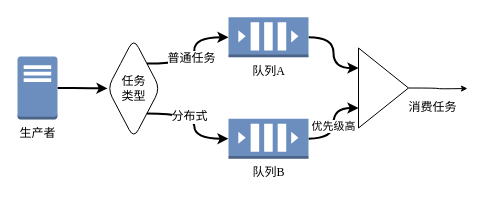
foreignbill/drawio keeps this draw.io diagram as page "第 1 页" (1 of 2) of workflow.drawio. Above is the earlier version. Source tidied: cells renumbered, new cells numbered last; positions are measured from the earlier drawing's top-left corner, leaving out a move shared by most shapes. Both pictures are drawn from the tidied source at 100%, with x=0, y=0 at pixel (17, 17).
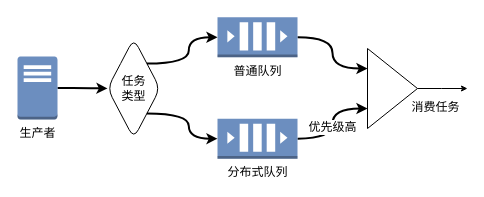
The same diagram, later.

What changed in the source:
```diff
@@
 <mxGraphModel>
   <root>
     <mxCell id="0" />
     <mxCell id="1" parent="0" />
     <mxCell id="2" style="edgeStyle=orthogonalEdgeStyle;rounded=1;jettySize=auto;html=1;exitX=1;exitY=0.5;exitDx=0;exitDy=0;exitPerimeter=0;entryX=0;entryY=0.25;entryDx=0;entryDy=0;strokeWidth=2;startSize=5;endSize=5;fillColor=#0D0D0D;curved=1;fontFamily=Times New Roman;" parent="1" edge="1" source="3" target="15">
       <mxGeometry relative="1" as="geometry" />
     </mxCell>
-    <mxCell id="3" value="队列A" style="outlineConnect=0;dashed=0;verticalLabelPosition=bottom;verticalAlign=top;align=center;html=1;shape=mxgraph.aws3.queue;fillColor=#6C8EBF;strokeColor=#6c8ebf;fontFamily=Times New Roman;" parent="1" vertex="1">
-      <mxGeometry x="211" y="-0.2" width="80" height="40" as="geometry" />
+    <mxCell id="3" value="普通队列" style="outlineConnect=0;dashed=0;verticalLabelPosition=bottom;verticalAlign=top;align=center;html=1;shape=mxgraph.aws3.queue;fillColor=#6C8EBF;strokeColor=#6c8ebf;fontFamily=Times New Roman;" parent="1" vertex="1">
+      <mxGeometry x="200" y="-0.2" width="80" height="40" as="geometry" />
     </mxCell>
     <mxCell id="4" style="edgeStyle=orthogonalEdgeStyle;rounded=1;jettySize=auto;html=1;exitX=1;exitY=0.5;exitDx=0;exitDy=0;exitPerimeter=0;entryX=0;entryY=0.75;entryDx=0;entryDy=0;strokeWidth=2;startSize=5;endSize=5;fillColor=#0D0D0D;curved=1;fontFamily=Times New Roman;" parent="1" edge="1" source="6" target="15">
       <mxGeometry relative="1" as="geometry" />
     </mxCell>
-    <mxCell id="5" value="优先级高" style="edgeLabel;html=1;align=center;verticalAlign=middle;fontFamily=Times New Roman;" parent="4" vertex="1">
+    <mxCell id="5" value="优先级高" style="edgeLabel;html=1;align=center;verticalAlign=middle;fontFamily=Times New Roman;labelBackgroundColor=default;fontSize=12;" parent="4" vertex="1">
       <mxGeometry x="-0.07" y="1" relative="1" as="geometry" />
     </mxCell>
-    <mxCell id="6" value="队列B" style="outlineConnect=0;dashed=0;verticalLabelPosition=bottom;verticalAlign=top;align=center;html=1;shape=mxgraph.aws3.queue;fillColor=#6C8EBF;strokeColor=#6c8ebf;fontFamily=Times New Roman;" parent="1" vertex="1">
-      <mxGeometry x="211" y="101.2" width="80" height="40" as="geometry" />
+    <mxCell id="6" value="分布式队列" style="outlineConnect=0;dashed=0;verticalLabelPosition=bottom;verticalAlign=top;align=center;html=1;shape=mxgraph.aws3.queue;fillColor=#6C8EBF;strokeColor=#6c8ebf;fontFamily=Times New Roman;" parent="1" vertex="1">
+      <mxGeometry x="200" y="101.2" width="80" height="40" as="geometry" />
     </mxCell>
     <mxCell id="7" style="edgeStyle=orthogonalEdgeStyle;rounded=1;jettySize=auto;html=1;exitX=1;exitY=0.5;exitDx=0;exitDy=0;exitPerimeter=0;entryX=0;entryY=0.5;entryDx=0;entryDy=0;strokeWidth=2;startSize=5;endSize=5;fillColor=#0D0D0D;fontFamily=Times New Roman;" parent="1" edge="1" source="8" target="16">
       <mxGeometry relative="1" as="geometry" />
     </mxCell>
     <mxCell id="8" value="生产者" style="outlineConnect=0;dashed=0;verticalLabelPosition=bottom;verticalAlign=top;align=center;html=1;shape=mxgraph.aws3.traditional_server;fillColor=#6C8EBF;strokeColor=#6c8ebf;direction=east;fontFamily=Times New Roman;" parent="1" vertex="1">
       <mxGeometry y="39" width="40" height="63" as="geometry" />
     </mxCell>
     <mxCell id="9" style="edgeStyle=orthogonalEdgeStyle;rounded=1;jettySize=auto;html=1;exitX=1;exitY=0;exitDx=0;exitDy=0;entryX=0;entryY=0.5;entryDx=0;entryDy=0;entryPerimeter=0;strokeWidth=2;startSize=5;endSize=5;fillColor=#0D0D0D;fontFamily=Times New Roman;curved=1;" parent="1" edge="1" source="16" target="3">
       <mxGeometry relative="1" as="geometry" />
     </mxCell>
-    <mxCell id="10" value="普通任务" style="edgeLabel;html=1;align=center;verticalAlign=middle;fontSize=12;fontFamily=Times New Roman;" parent="9" vertex="1">
-      <mxGeometry x="-0.02" y="3" relative="1" as="geometry" />
-    </mxCell>
     <mxCell id="11" style="edgeStyle=orthogonalEdgeStyle;rounded=1;jettySize=auto;html=1;entryX=0;entryY=0.5;entryDx=0;entryDy=0;entryPerimeter=0;strokeWidth=2;startSize=5;endSize=5;fillColor=#0D0D0D;exitX=1;exitY=1;exitDx=0;exitDy=0;curved=1;fontFamily=Times New Roman;" parent="1" edge="1" source="16" target="6">
       <mxGeometry relative="1" as="geometry" />
     </mxCell>
-    <mxCell id="12" value="分布式" style="edgeLabel;html=1;align=center;verticalAlign=middle;fontSize=12;fontFamily=Times New Roman;" parent="11" vertex="1">
-      <mxGeometry x="-0.21" y="-2" relative="1" as="geometry" />
-    </mxCell>
     <mxCell id="13" style="edgeStyle=orthogonalEdgeStyle;curved=1;rounded=0;jettySize=auto;html=1;exitX=1;exitY=0.5;exitDx=0;exitDy=0;fontFamily=Times New Roman;fontSize=12;startSize=4;endSize=4;targetPerimeterSpacing=15;" parent="1" edge="1" source="15">
       <mxGeometry relative="1" as="geometry">
         <mxPoint x="450" y="71" as="targetPoint" />
       </mxGeometry>
     </mxCell>
     <mxCell id="14" value="消费任务" style="edgeLabel;html=1;align=center;verticalAlign=middle;fontSize=12;fontFamily=Times New Roman;" parent="13" vertex="1">
       <mxGeometry x="0.37" y="-1" relative="1" as="geometry">
         <mxPoint x="-17" y="17" as="offset" />
       </mxGeometry>
     </mxCell>
     <mxCell id="15" style="triangle;whiteSpace=wrap;html=1;fontFamily=Times New Roman;" parent="1" vertex="1">
-      <mxGeometry x="341" y="30.5" width="50" height="80" as="geometry" />
+      <mxGeometry x="350" y="31" width="50" height="80" as="geometry" />
     </mxCell>
     <mxCell id="16" value="任务&lt;br&gt;类型" style="rhombus;whiteSpace=wrap;html=1;rounded=1;labelBackgroundColor=none;strokeColor=default;fontFamily=Times New Roman;fontSize=12;fillColor=none;" parent="1" vertex="1">
       <mxGeometry x="90" y="21" width="52.5" height="100" as="geometry" />
     </mxCell>
   </root>
 </mxGraphModel>
```
